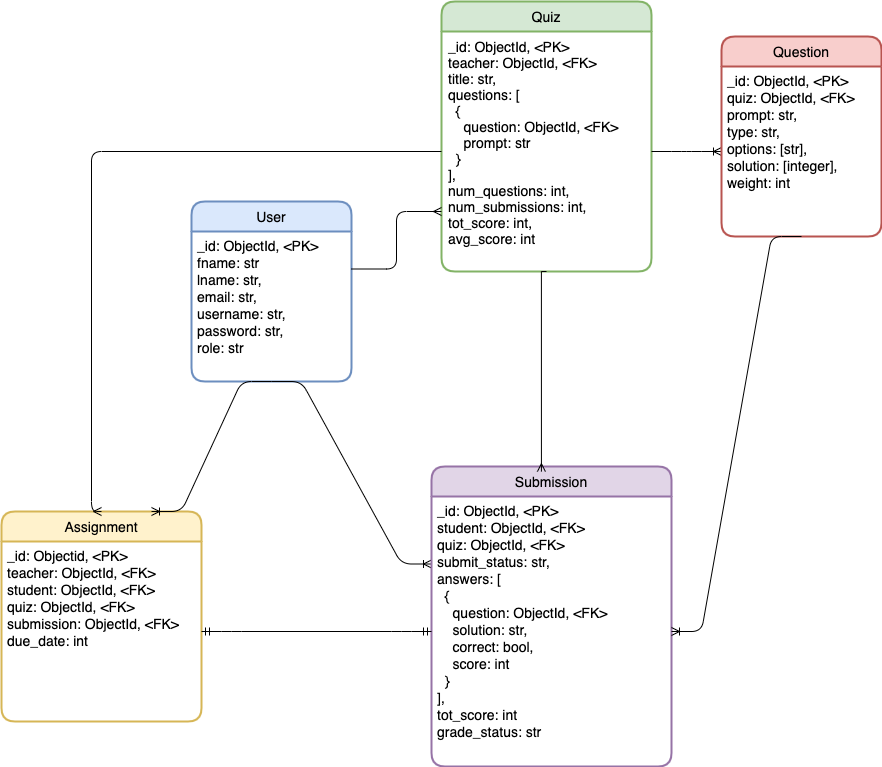
Above: Quiz-App.png in thisisharrison/quiz-app (draw.io), before the change. Source tidied: cells renumbered, new cells last; positions are measured from the earlier drawing's top-left corner, leaving out a move shared by most shapes.
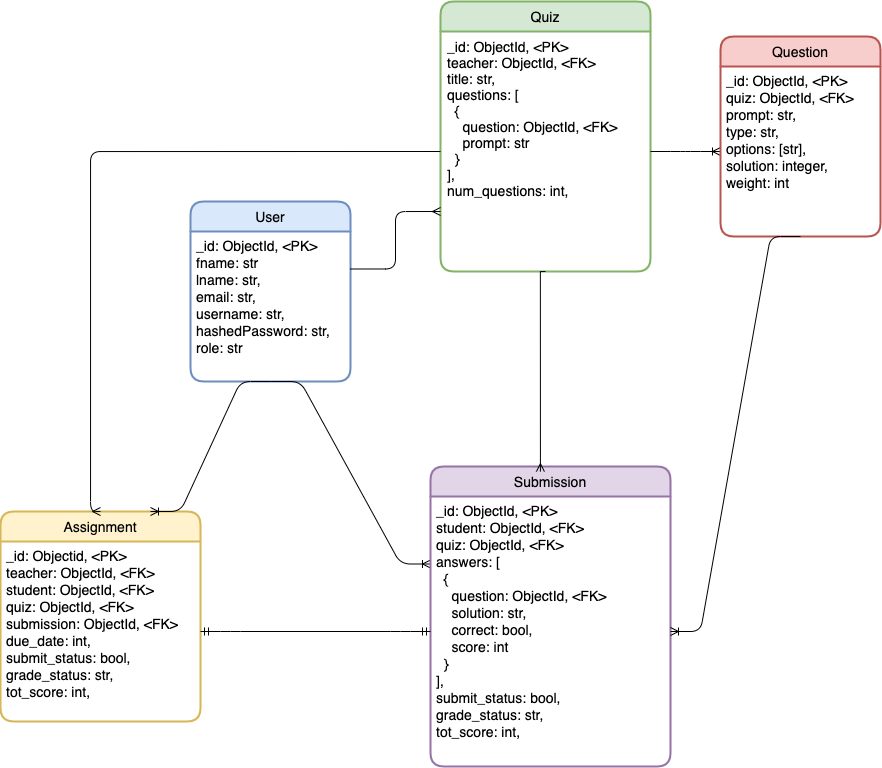
After the commit.

What changed in the source:
```diff
@@ -5,13 +5,13 @@
     <mxCell id="2" value="User" style="swimlane;horizontal=1;startSize=30;rounded=1;fontSize=14;fontStyle=0;strokeWidth=2;shadow=0;dashed=0;align=center;fillColor=#dae8fc;strokeColor=#6c8ebf;spacingBottom=0;" parent="1" vertex="1">
       <mxGeometry x="190" y="200" width="160" height="180" as="geometry" />
     </mxCell>
-    <mxCell id="3" value="_id: ObjectId, &lt;PK&gt;&#10;fname: str&#10;lname: str,&#10;email: str,&#10;username: str,&#10;password: str,&#10;role: str" style="align=left;strokeColor=none;fillColor=none;spacingLeft=4;fontSize=14;verticalAlign=top;spacingBottom=0;" parent="2" vertex="1">
+    <mxCell id="3" value="_id: ObjectId, &lt;PK&gt;&#10;fname: str&#10;lname: str,&#10;email: str,&#10;username: str,&#10;hashedPassword: str,&#10;role: str" style="align=left;strokeColor=none;fillColor=none;spacingLeft=4;fontSize=14;verticalAlign=top;spacingBottom=0;" parent="2" vertex="1">
       <mxGeometry y="30" width="160" height="150" as="geometry" />
     </mxCell>
     <mxCell id="4" value="Quiz" style="swimlane;horizontal=1;startSize=30;rounded=1;fontSize=14;fontStyle=0;strokeWidth=2;shadow=0;dashed=0;align=center;fillColor=#d5e8d4;strokeColor=#82b366;spacingBottom=0;" parent="1" vertex="1">
       <mxGeometry x="440" width="210" height="270" as="geometry" />
     </mxCell>
-    <mxCell id="5" value="_id: ObjectId, &amp;lt;PK&amp;gt;&amp;nbsp;&lt;br style=&quot;font-size: 14px&quot;&gt;teacher: ObjectId, &amp;lt;FK&amp;gt;&lt;br style=&quot;font-size: 14px&quot;&gt;title: str,&lt;br style=&quot;font-size: 14px&quot;&gt;questions: [&lt;br style=&quot;font-size: 14px&quot;&gt;&amp;nbsp; {&lt;br style=&quot;font-size: 14px&quot;&gt;&amp;nbsp; &amp;nbsp; question: ObjectId, &amp;lt;FK&amp;gt;&lt;br style=&quot;font-size: 14px&quot;&gt;&amp;nbsp; &amp;nbsp; prompt: str&lt;br style=&quot;font-size: 14px&quot;&gt;&amp;nbsp; }&lt;br style=&quot;font-size: 14px&quot;&gt;],&lt;br style=&quot;font-size: 14px&quot;&gt;num_questions: int,&lt;br style=&quot;font-size: 14px&quot;&gt;num_submissions: int,&lt;br style=&quot;font-size: 14px&quot;&gt;tot_score: int,&lt;br style=&quot;font-size: 14px&quot;&gt;avg_score: int" style="align=left;strokeColor=none;fillColor=none;spacingLeft=4;fontSize=14;verticalAlign=top;spacing=3;html=1;spacingBottom=0;" parent="4" vertex="1">
+    <mxCell id="5" value="_id: ObjectId, &amp;lt;PK&amp;gt;&amp;nbsp;&lt;br style=&quot;font-size: 14px&quot;&gt;teacher: ObjectId, &amp;lt;FK&amp;gt;&lt;br style=&quot;font-size: 14px&quot;&gt;title: str,&lt;br style=&quot;font-size: 14px&quot;&gt;questions: [&lt;br style=&quot;font-size: 14px&quot;&gt;&amp;nbsp; {&lt;br style=&quot;font-size: 14px&quot;&gt;&amp;nbsp; &amp;nbsp; question: ObjectId, &amp;lt;FK&amp;gt;&lt;br style=&quot;font-size: 14px&quot;&gt;&amp;nbsp; &amp;nbsp; prompt: str&lt;br style=&quot;font-size: 14px&quot;&gt;&amp;nbsp; }&lt;br style=&quot;font-size: 14px&quot;&gt;],&lt;br style=&quot;font-size: 14px&quot;&gt;num_questions: int,&lt;br style=&quot;font-size: 14px&quot;&gt;" style="align=left;strokeColor=none;fillColor=none;spacingLeft=4;fontSize=14;verticalAlign=top;spacing=3;html=1;spacingBottom=0;" parent="4" vertex="1">
       <mxGeometry y="30" width="210" height="240" as="geometry" />
     </mxCell>
     <mxCell id="6" style="edgeStyle=entityRelationEdgeStyle;fontSize=14;html=1;endArrow=ERoneToMany;fontFamily=Helvetica;exitX=1;exitY=0.5;exitDx=0;exitDy=0;entryX=0;entryY=0.5;entryDx=0;entryDy=0;spacingBottom=0;" parent="1" edge="1" source="5" target="8">
@@ -20,7 +20,7 @@
     <mxCell id="7" value="Question" style="swimlane;horizontal=1;startSize=30;rounded=1;fontSize=14;fontStyle=0;strokeWidth=2;shadow=0;dashed=0;align=center;fontFamily=Helvetica;fillColor=#f8cecc;strokeColor=#b85450;spacingBottom=0;" parent="1" vertex="1">
       <mxGeometry x="720" y="35" width="160" height="200" as="geometry" />
     </mxCell>
-    <mxCell id="8" value="_id: ObjectId, &lt;PK&gt;&#10;quiz: ObjectId, &lt;FK&gt;&#10;prompt: str,&#10;type: str,&#10;options: [str],&#10;solution: [integer],&#10;weight: int" style="align=left;strokeColor=none;fillColor=none;spacingLeft=4;fontSize=14;verticalAlign=top;spacingBottom=0;" parent="7" vertex="1">
+    <mxCell id="8" value="_id: ObjectId, &lt;PK&gt;&#10;quiz: ObjectId, &lt;FK&gt;&#10;prompt: str,&#10;type: str,&#10;options: [str],&#10;solution: integer,&#10;weight: int" style="align=left;strokeColor=none;fillColor=none;spacingLeft=4;fontSize=14;verticalAlign=top;spacingBottom=0;" parent="7" vertex="1">
       <mxGeometry y="30" width="160" height="170" as="geometry" />
     </mxCell>
     <mxCell id="9" style="edgeStyle=entityRelationEdgeStyle;fontSize=14;html=1;endArrow=ERoneToMany;fontFamily=Helvetica;exitX=0.5;exitY=1;exitDx=0;exitDy=0;entryX=0;entryY=0.25;entryDx=0;entryDy=0;spacingBottom=0;" parent="1" edge="1" source="3" target="11">
@@ -29,7 +29,7 @@
     <mxCell id="10" value="Submission" style="swimlane;horizontal=1;startSize=30;rounded=1;fontSize=14;fontStyle=0;strokeWidth=2;shadow=0;dashed=0;align=center;fontFamily=Helvetica;fillColor=#e1d5e7;strokeColor=#9673a6;spacingBottom=0;" parent="1" vertex="1">
       <mxGeometry x="430" y="465" width="240" height="300" as="geometry" />
     </mxCell>
-    <mxCell id="11" value="_id: ObjectId, &lt;PK&gt;&#10;student: ObjectId, &lt;FK&gt;&#10;quiz: ObjectId, &lt;FK&gt;&#10;submit_status: str,&#10;answers: [&#10;  {&#10;    question: ObjectId, &lt;FK&gt;&#10;    solution: str,&#10;    correct: bool,&#10;    score: int&#10;  }&#10;],&#10;tot_score: int&#10;grade_status: str" style="align=left;strokeColor=none;fillColor=none;spacingLeft=4;fontSize=14;verticalAlign=top;spacingBottom=0;" parent="10" vertex="1">
+    <mxCell id="11" value="_id: ObjectId, &lt;PK&gt;&#10;student: ObjectId, &lt;FK&gt;&#10;quiz: ObjectId, &lt;FK&gt;&#10;answers: [&#10;  {&#10;    question: ObjectId, &lt;FK&gt;&#10;    solution: str,&#10;    correct: bool,&#10;    score: int&#10;  }&#10;],&#10;submit_status: bool,&#10;grade_status: str,&#10;tot_score: int," style="align=left;strokeColor=none;fillColor=none;spacingLeft=4;fontSize=14;verticalAlign=top;spacingBottom=0;" parent="10" vertex="1">
       <mxGeometry y="30" width="240" height="270" as="geometry" />
     </mxCell>
     <mxCell id="12" style="edgeStyle=entityRelationEdgeStyle;fontSize=14;html=1;endArrow=ERoneToMany;fontColor=#000000;exitX=0.5;exitY=1;exitDx=0;exitDy=0;spacingBottom=0;" parent="1" edge="1" source="8" target="11">
@@ -38,7 +38,7 @@
     <mxCell id="13" value="Assignment" style="swimlane;horizontal=1;startSize=30;rounded=1;fontSize=14;fontStyle=0;strokeWidth=2;shadow=0;dashed=0;align=center;fillColor=#fff2cc;strokeColor=#d6b656;spacingBottom=0;" parent="1" vertex="1">
       <mxGeometry y="510" width="200" height="210" as="geometry" />
     </mxCell>
-    <mxCell id="14" value="_id: Objectid, &lt;PK&gt;&#10;teacher: ObjectId, &lt;FK&gt;&#10;student: ObjectId, &lt;FK&gt;&#10;quiz: ObjectId, &lt;FK&gt;&#10;submission: ObjectId, &lt;FK&gt;&#10;due_date: int" style="align=left;strokeColor=none;fillColor=none;spacingLeft=4;fontSize=14;verticalAlign=top;spacingBottom=0;" parent="13" vertex="1">
+    <mxCell id="14" value="_id: Objectid, &lt;PK&gt;&#10;teacher: ObjectId, &lt;FK&gt;&#10;student: ObjectId, &lt;FK&gt;&#10;quiz: ObjectId, &lt;FK&gt;&#10;submission: ObjectId, &lt;FK&gt;&#10;due_date: int,&#10;submit_status: bool,&#10;grade_status: str,&#10;tot_score: int," style="align=left;strokeColor=none;fillColor=none;spacingLeft=4;fontSize=14;verticalAlign=top;spacingBottom=0;" parent="13" vertex="1">
       <mxGeometry y="30" width="200" height="180" as="geometry" />
     </mxCell>
     <mxCell id="15" style="edgeStyle=entityRelationEdgeStyle;fontSize=12;html=1;endArrow=ERoneToMany;fontColor=#000000;entryX=0.75;entryY=0;entryDx=0;entryDy=0;exitX=0.5;exitY=1;exitDx=0;exitDy=0;" parent="1" edge="1" source="3" target="13">
```
